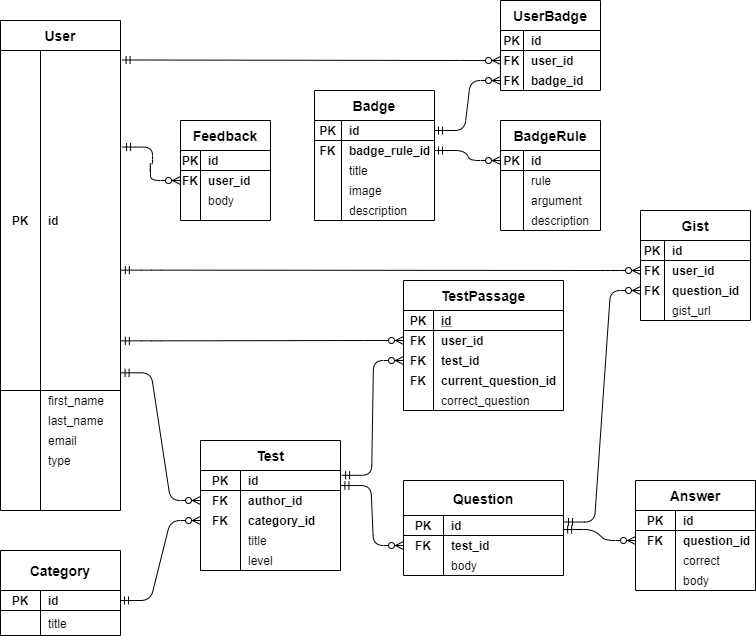
Before: tmp/ER_model_diagram.png, a diagram exported from draw.io (svslight/test-guru). Source tidied: cells renumbered, new cells last; positions are measured from the earlier drawing's top-left corner, leaving out a move shared by most shapes.
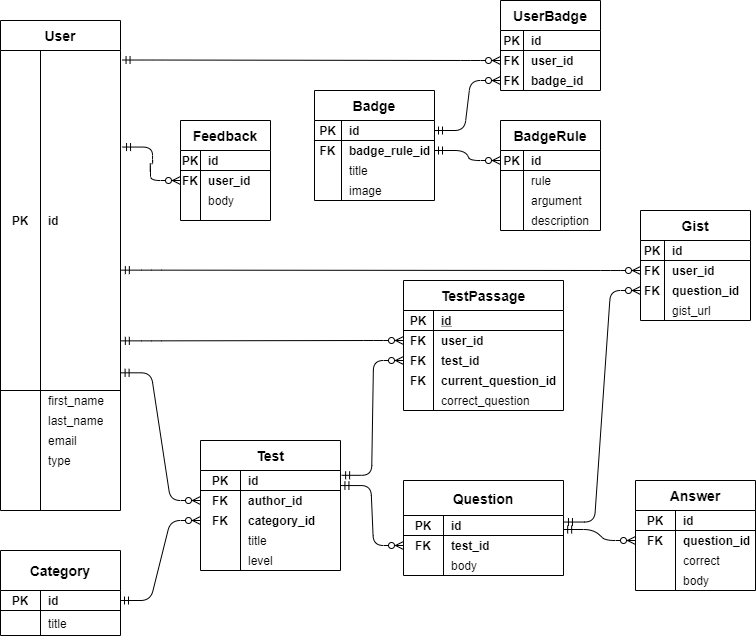
After the change.

Diff of the diagram source:
```diff
@@ -120,7 +120,7 @@
       <mxGeometry relative="1" as="geometry" />
     </mxCell>
     <mxCell id="41" value="&lt;font style=&quot;font-size: 14px&quot;&gt;Badge&lt;/font&gt;" style="shape=table;html=1;whiteSpace=wrap;startSize=30;rowLines=0;fontStyle=1;align=center;" parent="1" vertex="1">
-      <mxGeometry x="314" y="90" width="120" height="130" as="geometry" />
+      <mxGeometry x="314" y="90" width="120" height="110" as="geometry" />
     </mxCell>
     <mxCell id="42" style="shape=partialRectangle;html=1;whiteSpace=wrap;fillColor=none;top=0;left=0;bottom=1;right=0;points=[[0,0.5],[1,0.5]];portConstraint=eastwest;" parent="41" vertex="1">
       <mxGeometry y="30" width="120" height="20" as="geometry" />
@@ -158,15 +158,6 @@
     <mxCell id="53" value="image" style="shape=partialRectangle;html=1;whiteSpace=wrap;fillColor=none;top=0;left=0;bottom=0;right=0;align=left;spacingLeft=6;overflow=hidden;" parent="51" vertex="1">
       <mxGeometry x="27" width="93" height="20" as="geometry" />
     </mxCell>
-    <mxCell id="54" style="shape=partialRectangle;html=1;whiteSpace=wrap;fillColor=none;top=0;left=0;bottom=0;right=0;" parent="41" vertex="1">
-      <mxGeometry y="110" width="120" height="20" as="geometry" />
-    </mxCell>
-    <mxCell id="55" style="shape=partialRectangle;html=1;whiteSpace=wrap;fillColor=none;top=0;left=0;bottom=0;right=0;overflow=hidden;" parent="54" vertex="1">
-      <mxGeometry width="27" height="20" as="geometry" />
-    </mxCell>
-    <mxCell id="56" value="description" style="shape=partialRectangle;html=1;whiteSpace=wrap;fillColor=none;top=0;left=0;bottom=0;right=0;align=left;spacingLeft=6;overflow=hidden;" parent="54" vertex="1">
-      <mxGeometry x="27" width="93" height="20" as="geometry" />
-    </mxCell>
     <mxCell id="57" value="&lt;font style=&quot;font-size: 14px&quot;&gt;BadgeRule&lt;/font&gt;" style="shape=table;html=1;whiteSpace=wrap;startSize=30;rowLines=0;fontStyle=1;align=center;" parent="1" vertex="1">
       <mxGeometry x="500" y="120" width="100" height="110" as="geometry" />
     </mxCell>
```
